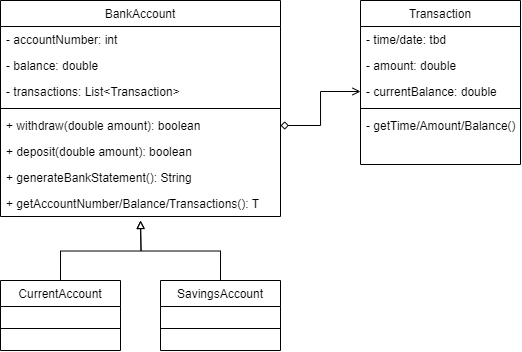
Above: bank_class_diagram.png in boolean-uk/java-tdd-oop-bank-challenge (draw.io), before the change. Source tidied: cells renumbered, new cells last; positions are measured from the earlier drawing's top-left corner, leaving out a move shared by most shapes.
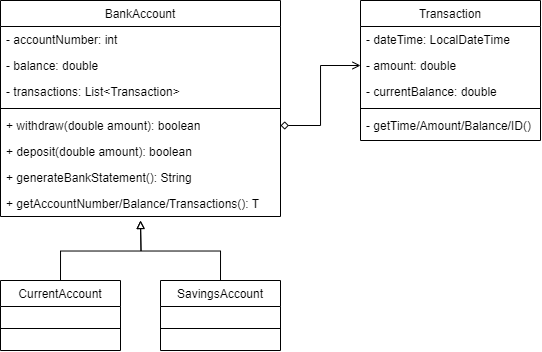
The same file after the commit.

Commit message:
Finalize class diagram

What changed in the source:
```diff
@@ -52,24 +52,24 @@
       <mxGeometry y="26" width="120" height="44" as="geometry" />
     </mxCell>
     <mxCell id="17" value="Transaction" style="swimlane;fontStyle=0;align=center;verticalAlign=top;horizontal=1;startSize=26;rounded=0;shadow=0;strokeWidth=1;" parent="1" vertex="1">
-      <mxGeometry x="360" width="160" height="164" as="geometry" />
+      <mxGeometry x="360" width="180" height="140" as="geometry" />
     </mxCell>
-    <mxCell id="18" value="- time/date: tbd" style="text;align=left;verticalAlign=top;spacingLeft=4;spacingRight=4;overflow=hidden;" parent="17" vertex="1">
-      <mxGeometry y="26" width="160" height="26" as="geometry" />
+    <mxCell id="18" value="- dateTime: LocalDateTime" style="text;align=left;verticalAlign=top;spacingLeft=4;spacingRight=4;overflow=hidden;" parent="17" vertex="1">
+      <mxGeometry y="26" width="180" height="26" as="geometry" />
     </mxCell>
     <mxCell id="19" value="- amount: double" style="text;align=left;verticalAlign=top;spacingLeft=4;spacingRight=4;overflow=hidden;points=[[0,0.5],[1,0.5]];portConstraint=eastwest;rounded=0;shadow=0;html=0;" parent="17" vertex="1">
-      <mxGeometry y="52" width="160" height="26" as="geometry" />
+      <mxGeometry y="52" width="180" height="26" as="geometry" />
     </mxCell>
     <mxCell id="20" value="- currentBalance: double" style="text;align=left;verticalAlign=top;spacingLeft=4;spacingRight=4;overflow=hidden;points=[[0,0.5],[1,0.5]];portConstraint=eastwest;rounded=0;shadow=0;html=0;" parent="17" vertex="1">
-      <mxGeometry y="78" width="160" height="26" as="geometry" />
+      <mxGeometry y="78" width="180" height="26" as="geometry" />
     </mxCell>
     <mxCell id="21" style="line;html=1;strokeWidth=1;align=left;verticalAlign=middle;spacingTop=-1;spacingLeft=3;spacingRight=3;labelPosition=right;" parent="17" vertex="1">
-      <mxGeometry y="104" width="160" height="8" as="geometry" />
+      <mxGeometry y="104" width="180" height="8" as="geometry" />
     </mxCell>
-    <mxCell id="22" value="- getTime/Amount/Balance()" style="text;align=left;verticalAlign=top;spacingLeft=4;spacingRight=4;overflow=hidden;rounded=0;shadow=0;html=0;" parent="17" vertex="1">
-      <mxGeometry y="112" width="160" height="26" as="geometry" />
+    <mxCell id="22" value="- getTime/Amount/Balance/ID()" style="text;align=left;verticalAlign=top;spacingLeft=4;spacingRight=4;overflow=hidden;rounded=0;shadow=0;html=0;" parent="17" vertex="1">
+      <mxGeometry y="112" width="180" height="26" as="geometry" />
     </mxCell>
-    <mxCell id="23" style="edgeStyle=orthogonalEdgeStyle;rounded=0;jettySize=auto;html=1;exitX=1;exitY=0.5;exitDx=0;exitDy=0;entryX=0;entryY=0.5;entryDx=0;entryDy=0;endArrow=open;endFill=0;startArrow=diamond;startFill=0;" parent="1" edge="1" source="7" target="20">
+    <mxCell id="23" style="edgeStyle=orthogonalEdgeStyle;rounded=0;jettySize=auto;html=1;exitX=1;exitY=0.5;exitDx=0;exitDy=0;entryX=0;entryY=0.5;entryDx=0;entryDy=0;endArrow=open;endFill=0;startArrow=diamond;startFill=0;" parent="1" edge="1" source="7" target="19">
       <mxGeometry relative="1" as="geometry" />
     </mxCell>
   </root>
```
